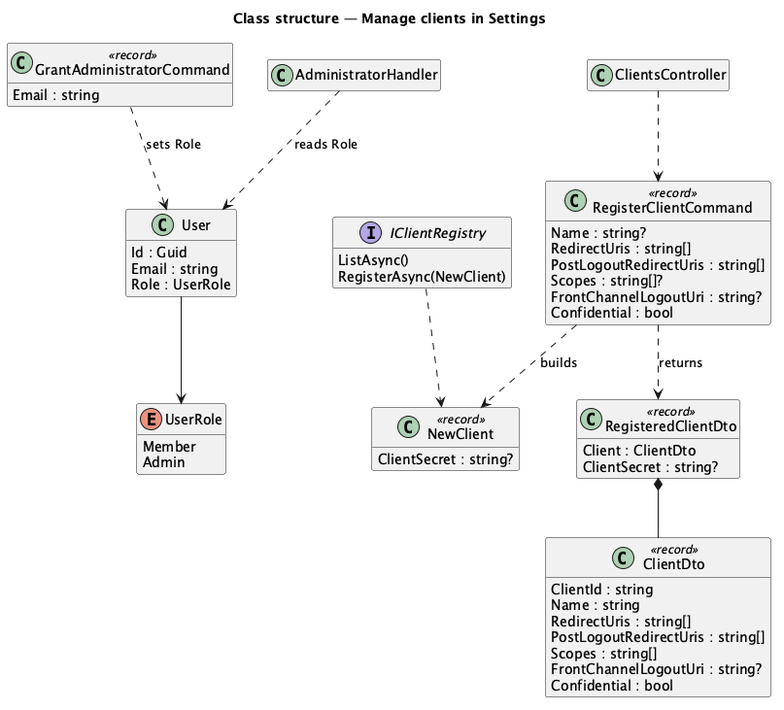
This is docs/detailed-designs/identity-provider/manage-clients-in-settings/diagrams/class-structure.png from QuinntyneBrown/ingresso, a PlantUML export, as it was before one commit.
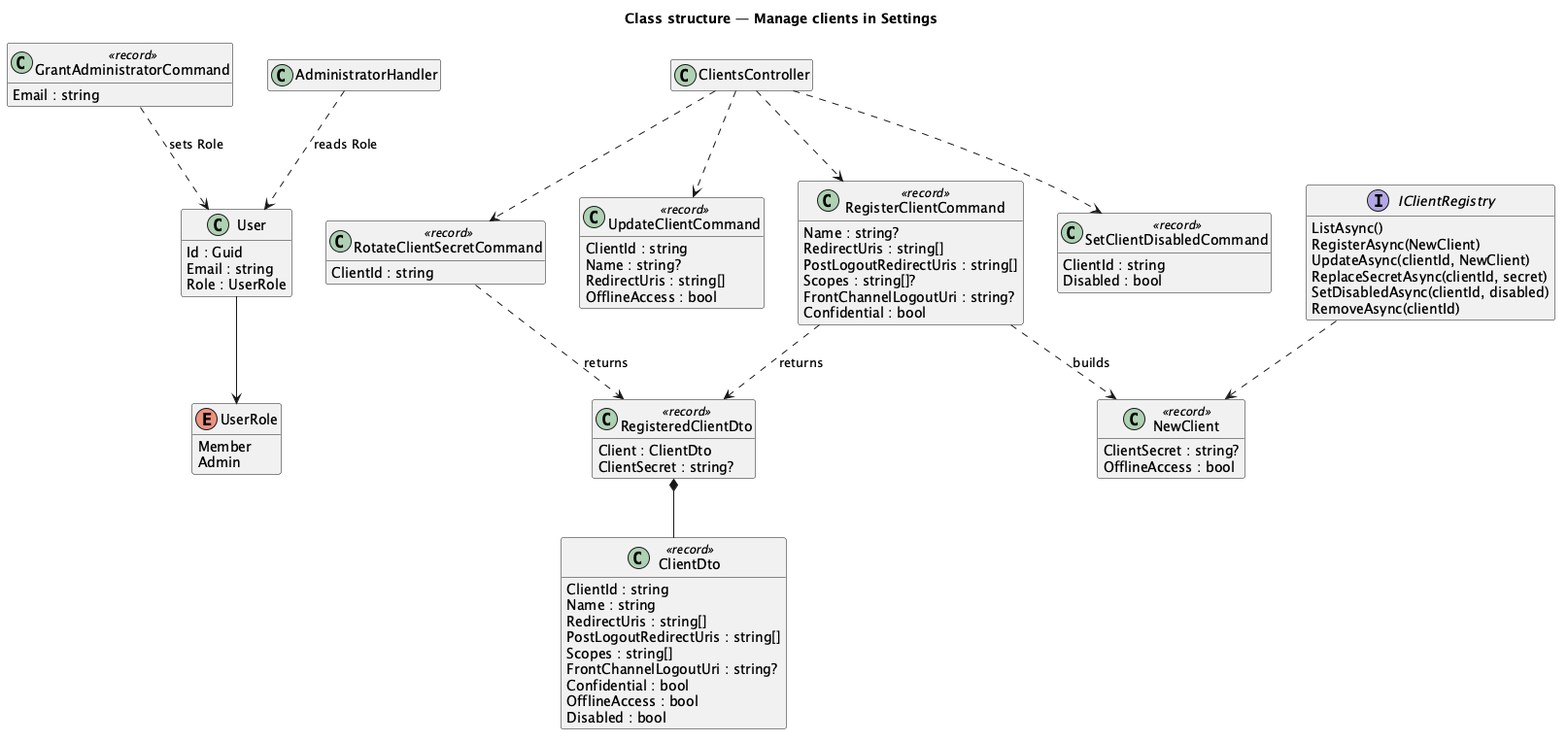
The same file after the commit.

Change to the diagram source:
```diff
@@ -34,13 +34,33 @@
   Scopes : string[]
   FrontChannelLogoutUri : string?
   Confidential : bool
+  OfflineAccess : bool
+  Disabled : bool
 }
 class NewClient <<record>> {
   ClientSecret : string?
+  OfflineAccess : bool
+}
+class UpdateClientCommand <<record>> {
+  ClientId : string
+  Name : string?
+  RedirectUris : string[]
+  OfflineAccess : bool
+}
+class RotateClientSecretCommand <<record>> {
+  ClientId : string
+}
+class SetClientDisabledCommand <<record>> {
+  ClientId : string
+  Disabled : bool
 }
 interface IClientRegistry {
   ListAsync()
   RegisterAsync(NewClient)
+  UpdateAsync(clientId, NewClient)
+  ReplaceSecretAsync(clientId, secret)
+  SetDisabledAsync(clientId, disabled)
+  RemoveAsync(clientId)
 }
 class AdministratorHandler
 class ClientsController
@@ -49,6 +69,10 @@
 RegisterClientCommand ..> NewClient : builds
 IClientRegistry ..> NewClient
 ClientsController ..> RegisterClientCommand
+ClientsController ..> UpdateClientCommand
+ClientsController ..> RotateClientSecretCommand
+ClientsController ..> SetClientDisabledCommand
+RotateClientSecretCommand ..> RegisteredClientDto : returns
 AdministratorHandler ..> User : reads Role
 GrantAdministratorCommand ..> User : sets Role
 @enduml
```
